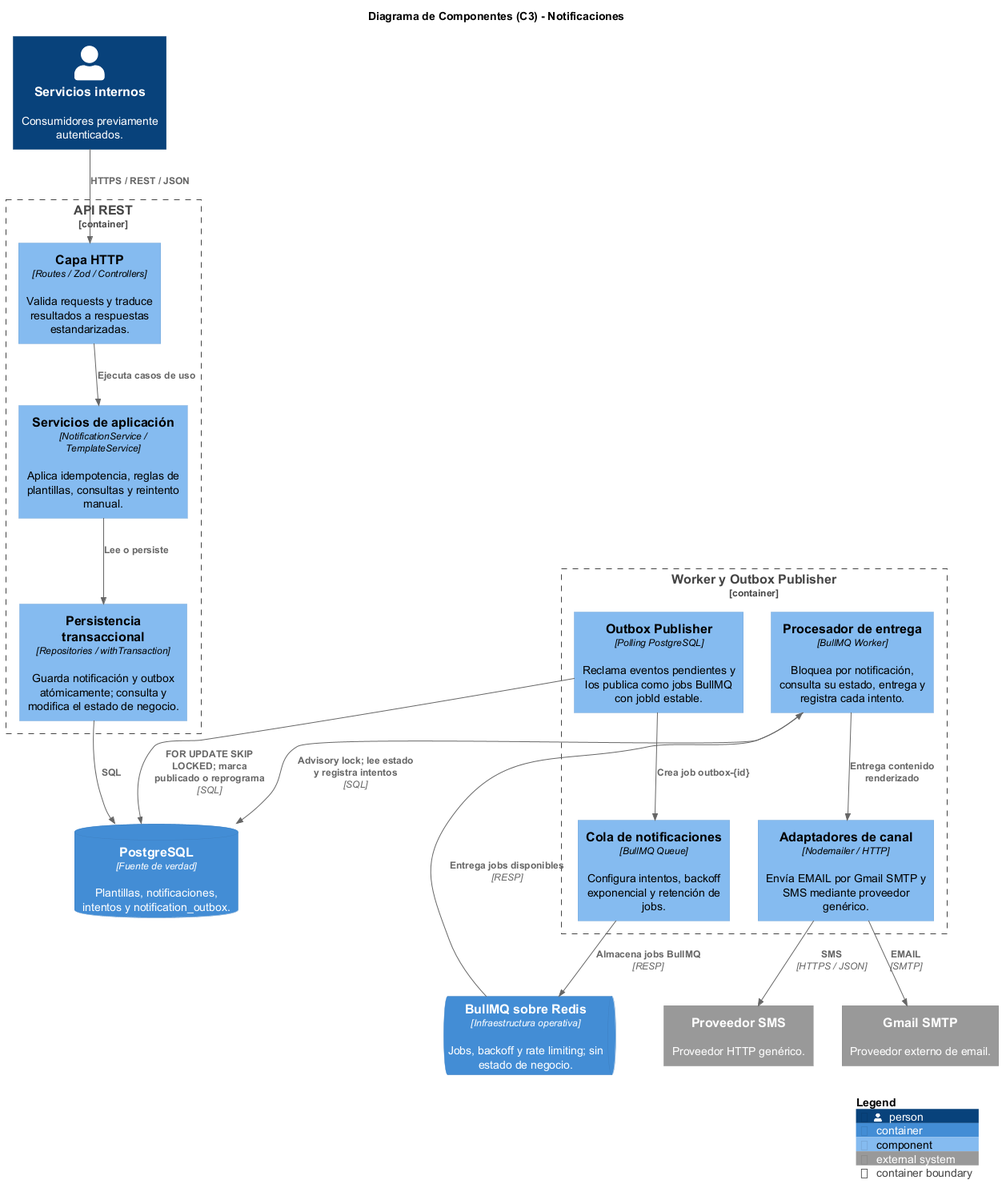
Above: notificaciones-architecture/diagrams/C4/componentes/notificaciones-03-componentes.png in Frosmin/tigoBootcamp (PlantUML), before the change.
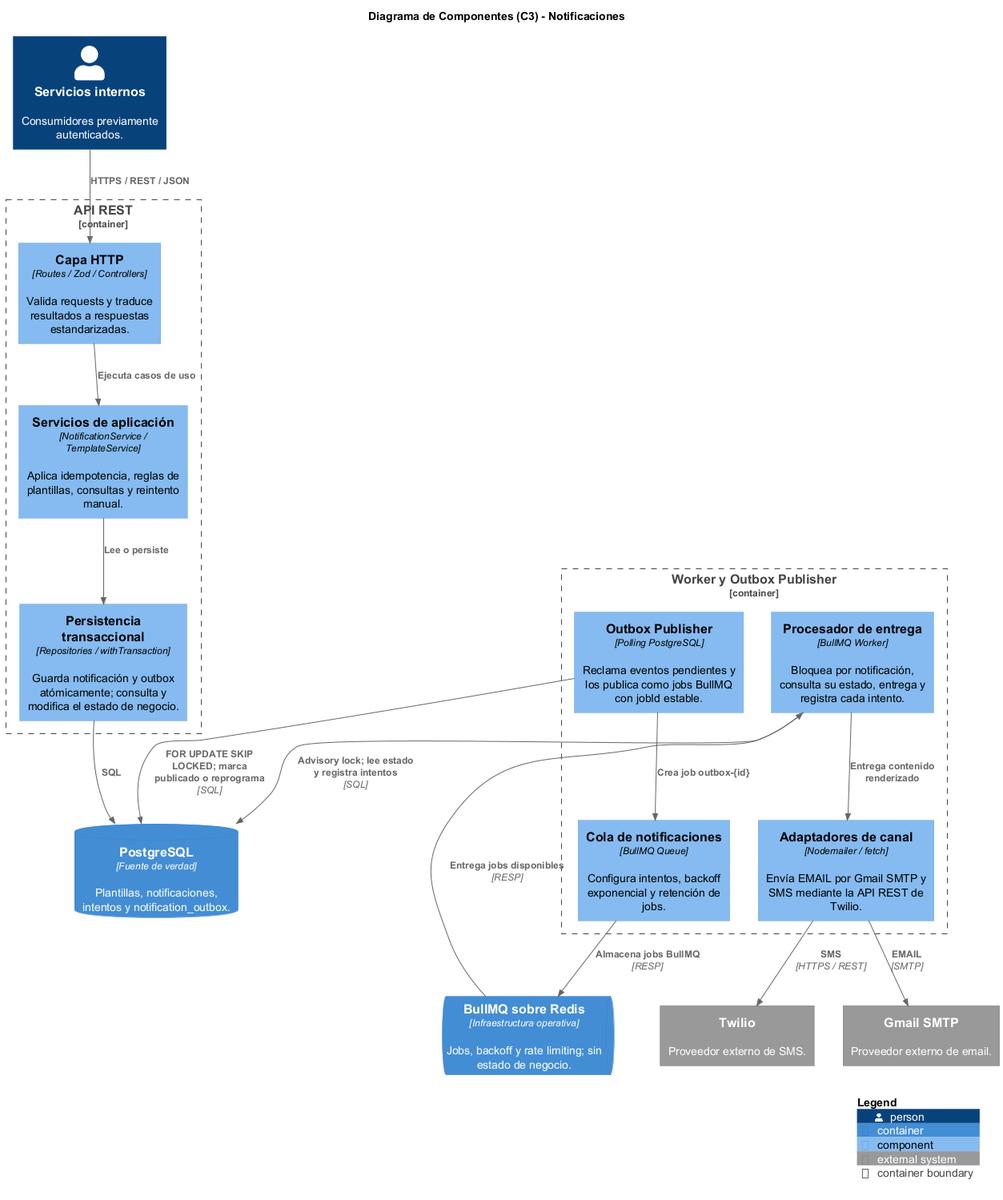
After the commit.

What changed in the source:
```diff
@@ -9,7 +9,7 @@
 
 Person(emisores, "Servicios internos", "Consumidores previamente autenticados.")
 System_Ext(gmail, "Gmail SMTP", "Proveedor externo de email.")
-System_Ext(sms, "Proveedor SMS", "Proveedor HTTP genérico.")
+System_Ext(sms, "Twilio", "Proveedor externo de SMS.")
 ContainerDb(db, "PostgreSQL", "Fuente de verdad", "Plantillas, notificaciones, intentos y notification_outbox.")
 ContainerQueue(redis, "BullMQ sobre Redis", "Infraestructura operativa", "Jobs, backoff y rate limiting; sin estado de negocio.")
 
@@ -23,7 +23,7 @@
     Component(publisher, "Outbox Publisher", "Polling PostgreSQL", "Reclama eventos pendientes y los publica como jobs BullMQ con jobId estable.")
     Component(queueModule, "Cola de notificaciones", "BullMQ Queue", "Configura intentos, backoff exponencial y retención de jobs.")
     Component(processor, "Procesador de entrega", "BullMQ Worker", "Bloquea por notificación, consulta su estado, entrega y registra cada intento.")
-    Component(senders, "Adaptadores de canal", "Nodemailer / HTTP", "Envía EMAIL por Gmail SMTP y SMS mediante proveedor genérico.")
+    Component(senders, "Adaptadores de canal", "Nodemailer / fetch", "Envía EMAIL por Gmail SMTP y SMS mediante la API REST de Twilio.")
 }
 
 Rel(emisores, http, "HTTPS / REST / JSON")
@@ -38,7 +38,7 @@
 Rel(processor, db, "Advisory lock; lee estado y registra intentos", "SQL")
 Rel(processor, senders, "Entrega contenido renderizado")
 Rel(senders, gmail, "EMAIL", "SMTP")
-Rel(senders, sms, "SMS", "HTTPS / JSON")
+Rel(senders, sms, "SMS", "HTTPS / REST")
 
 SHOW_LEGEND()
 @enduml
```
